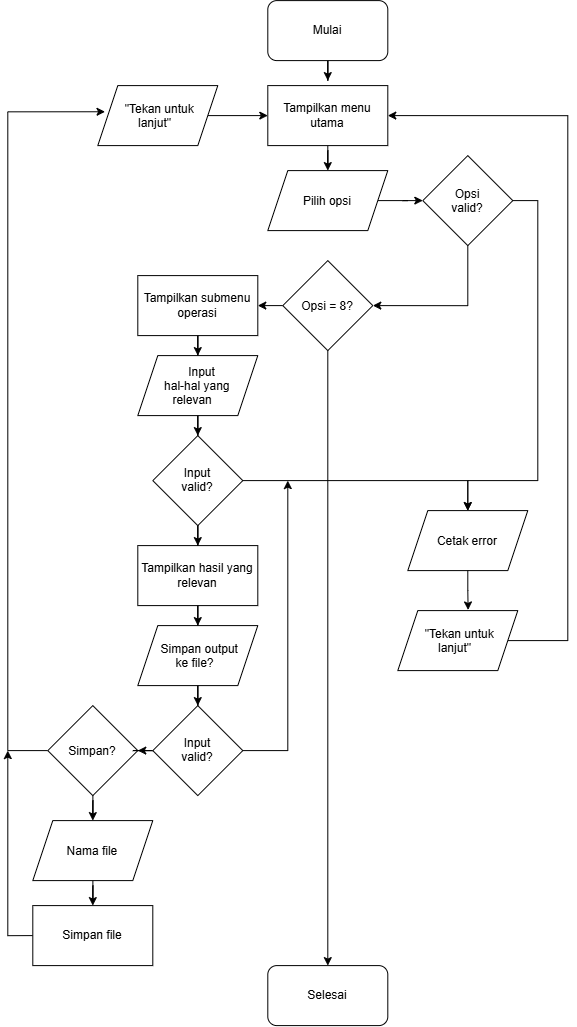
The draw.io diagram docs/assets/Alur_Pakai.png in aseyy/algeo26-tb1-04, before a commit. Source tidied: cells renumbered, new cells last; positions are measured from the earlier drawing's top-left corner, leaving out a move shared by most shapes.
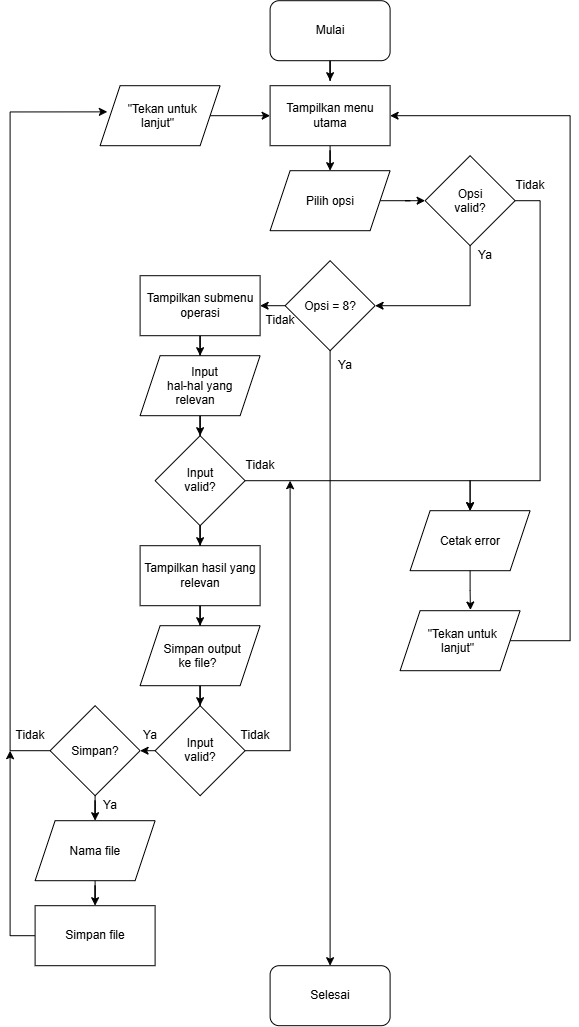
The same file after the commit.

Commit message:
docs: benerin alur

Change to the diagram source:
```diff
@@ -1,50 +1,50 @@
 <mxGraphModel>
   <root>
-    <mxCell id="0" />
-    <mxCell id="1" parent="0" />
-    <mxCell id="2" style="edgeStyle=orthogonalEdgeStyle;rounded=0;jettySize=auto;html=1;" parent="1" edge="1" source="3">
-      <mxGeometry relative="1" as="geometry">
-        <mxPoint x="320" y="80" as="targetPoint" />
-      </mxGeometry>
-    </mxCell>
+    <mxCell id="42" />
+    <mxCell id="43" parent="42" />
+    <mxCell id="44" style="edgeStyle=orthogonalEdgeStyle;rounded=0;jettySize=auto;html=1;" parent="43" edge="1" source="3">
+      <mxGeometry relative="1" as="geometry">
+        <mxPoint x="320" y="80" as="targetPoint" />
+      </mxGeometry>
+    </mxCell>
-    <mxCell id="3" value="Mulai" style="rounded=1;whiteSpace=wrap;html=1;" parent="1" vertex="1">
+    <mxCell id="3" value="Mulai" style="rounded=1;whiteSpace=wrap;html=1;" parent="43" vertex="1">
       <mxGeometry x="260" width="120" height="60" as="geometry" />
     </mxCell>
-    <mxCell id="4" style="edgeStyle=orthogonalEdgeStyle;rounded=0;jettySize=auto;html=1;exitX=1;exitY=0.5;exitDx=0;exitDy=0;entryX=0;entryY=0.5;entryDx=0;entryDy=0;" parent="1" edge="1" source="5" target="15">
+    <mxCell id="4" style="edgeStyle=orthogonalEdgeStyle;rounded=0;jettySize=auto;html=1;exitX=1;exitY=0.5;exitDx=0;exitDy=0;entryX=0;entryY=0.5;entryDx=0;entryDy=0;" parent="43" edge="1" source="5" target="15">
       <mxGeometry relative="1" as="geometry" />
     </mxCell>
-    <mxCell id="5" value="Pilih opsi&lt;div&gt;&lt;br/&gt;&lt;/div&gt;" style="shape=parallelogram;perimeter=parallelogramPerimeter;whiteSpace=wrap;html=1;shapeInside=1;fixedSize=1;" parent="1" vertex="1">
+    <mxCell id="5" value="Pilih opsi&lt;div&gt;&lt;br/&gt;&lt;/div&gt;" style="shape=parallelogram;perimeter=parallelogramPerimeter;whiteSpace=wrap;html=1;shapeInside=1;fixedSize=1;" parent="43" vertex="1">
       <mxGeometry x="260" y="170" width="120" height="60" as="geometry" />
     </mxCell>
-    <mxCell id="6" style="edgeStyle=orthogonalEdgeStyle;rounded=0;jettySize=auto;html=1;entryX=0.5;entryY=0;entryDx=0;entryDy=0;" parent="1" edge="1" source="7" target="5">
+    <mxCell id="6" style="edgeStyle=orthogonalEdgeStyle;rounded=0;jettySize=auto;html=1;entryX=0.5;entryY=0;entryDx=0;entryDy=0;" parent="43" edge="1" source="7" target="5">
       <mxGeometry relative="1" as="geometry" />
     </mxCell>
-    <mxCell id="7" value="Tampilkan menu&lt;br&gt;utama" style="rounded=0;whiteSpace=wrap;html=1;" parent="1" vertex="1">
+    <mxCell id="7" value="Tampilkan menu&lt;br&gt;utama" style="rounded=0;whiteSpace=wrap;html=1;" parent="43" vertex="1">
       <mxGeometry x="260" y="85" width="120" height="60" as="geometry" />
     </mxCell>
-    <mxCell id="8" style="edgeStyle=orthogonalEdgeStyle;rounded=0;jettySize=auto;html=1;entryX=0.5;entryY=0;entryDx=0;entryDy=0;" parent="1" edge="1" source="9" target="17">
+    <mxCell id="8" style="edgeStyle=orthogonalEdgeStyle;rounded=0;jettySize=auto;html=1;entryX=0.5;entryY=0;entryDx=0;entryDy=0;" parent="43" edge="1" source="9" target="17">
       <mxGeometry relative="1" as="geometry" />
     </mxCell>
-    <mxCell id="9" value="Tampilkan submenu&lt;br&gt;operasi" style="rounded=0;whiteSpace=wrap;html=1;" parent="1" vertex="1">
+    <mxCell id="9" value="Tampilkan submenu&lt;br&gt;operasi" style="rounded=0;whiteSpace=wrap;html=1;" parent="43" vertex="1">
       <mxGeometry x="130" y="275" width="120" height="60" as="geometry" />
     </mxCell>
-    <mxCell id="10" style="edgeStyle=orthogonalEdgeStyle;rounded=0;jettySize=auto;html=1;entryX=0.5;entryY=0;entryDx=0;entryDy=0;" parent="1" edge="1" source="12" target="35">
+    <mxCell id="10" style="edgeStyle=orthogonalEdgeStyle;rounded=0;jettySize=auto;html=1;entryX=0.5;entryY=0;entryDx=0;entryDy=0;" parent="43" edge="1" source="12" target="35">
       <mxGeometry relative="1" as="geometry" />
     </mxCell>
-    <mxCell id="11" style="edgeStyle=orthogonalEdgeStyle;rounded=0;jettySize=auto;html=1;exitX=0;exitY=0.5;exitDx=0;exitDy=0;entryX=1;entryY=0.5;entryDx=0;entryDy=0;" parent="1" edge="1" source="12" target="9">
+    <mxCell id="11" style="edgeStyle=orthogonalEdgeStyle;rounded=0;jettySize=auto;html=1;exitX=0;exitY=0.5;exitDx=0;exitDy=0;entryX=1;entryY=0.5;entryDx=0;entryDy=0;" parent="43" edge="1" source="12" target="9">
       <mxGeometry relative="1" as="geometry" />
     </mxCell>
-    <mxCell id="12" value="Opsi = 8?" style="rhombus;whiteSpace=wrap;html=1;shapeInside=1;" parent="1" vertex="1">
+    <mxCell id="12" value="Opsi = 8?" style="rhombus;whiteSpace=wrap;html=1;shapeInside=1;" parent="43" vertex="1">
       <mxGeometry x="275" y="260" width="90" height="90" as="geometry" />
     </mxCell>
-    <mxCell id="13" style="edgeStyle=orthogonalEdgeStyle;rounded=0;jettySize=auto;html=1;entryX=1;entryY=0.5;entryDx=0;entryDy=0;" parent="1" edge="1" source="15" target="12">
+    <mxCell id="13" style="edgeStyle=orthogonalEdgeStyle;rounded=0;jettySize=auto;html=1;entryX=1;entryY=0.5;entryDx=0;entryDy=0;" parent="43" edge="1" source="15" target="12">
       <mxGeometry relative="1" as="geometry">
         <Array as="points">
           <mxPoint x="460" y="305" />
         </Array>
       </mxGeometry>
     </mxCell>
-    <mxCell id="14" style="edgeStyle=orthogonalEdgeStyle;rounded=0;jettySize=auto;html=1;entryX=0.5;entryY=0;entryDx=0;entryDy=0;" parent="1" edge="1" source="15" target="40">
+    <mxCell id="14" style="edgeStyle=orthogonalEdgeStyle;rounded=0;jettySize=auto;html=1;entryX=0.5;entryY=0;entryDx=0;entryDy=0;" parent="43" edge="1" source="15" target="40">
       <mxGeometry relative="1" as="geometry">
         <Array as="points">
           <mxPoint x="530.1" y="200" />
@@ -53,86 +53,88 @@
         </Array>
       </mxGeometry>
     </mxCell>
-    <mxCell id="15" value="Opsi valid?" style="rhombus;whiteSpace=wrap;html=1;shapeInside=1;" parent="1" vertex="1">
+    <mxCell id="15" value="Opsi valid?" style="rhombus;whiteSpace=wrap;html=1;shapeInside=1;" parent="43" vertex="1">
       <mxGeometry x="415" y="155" width="90" height="90" as="geometry" />
     </mxCell>
-    <mxCell id="16" style="edgeStyle=orthogonalEdgeStyle;rounded=0;jettySize=auto;html=1;entryX=0.5;entryY=0;entryDx=0;entryDy=0;" parent="1" edge="1" source="17" target="32">
+    <mxCell id="16" style="edgeStyle=orthogonalEdgeStyle;rounded=0;jettySize=auto;html=1;entryX=0.5;entryY=0;entryDx=0;entryDy=0;" parent="43" edge="1" source="17" target="32">
       <mxGeometry relative="1" as="geometry" />
     </mxCell>
-    <mxCell id="17" value="&lt;div&gt;Input &lt;br&gt;hal-hal yang relevan&lt;/div&gt;" style="shape=parallelogram;perimeter=parallelogramPerimeter;whiteSpace=wrap;html=1;shapeInside=1;fixedSize=1;" parent="1" vertex="1">
+    <mxCell id="17" value="&lt;div&gt;Input &lt;br&gt;hal-hal yang relevan&lt;/div&gt;" style="shape=parallelogram;perimeter=parallelogramPerimeter;whiteSpace=wrap;html=1;shapeInside=1;fixedSize=1;" parent="43" vertex="1">
       <mxGeometry x="130" y="355" width="120" height="60" as="geometry" />
     </mxCell>
-    <mxCell id="18" style="edgeStyle=orthogonalEdgeStyle;rounded=0;jettySize=auto;html=1;entryX=0.5;entryY=0;entryDx=0;entryDy=0;" parent="1" edge="1" source="19" target="21">
+    <mxCell id="18" style="edgeStyle=orthogonalEdgeStyle;rounded=0;jettySize=auto;html=1;entryX=0.5;entryY=0;entryDx=0;entryDy=0;" parent="43" edge="1" source="19" target="21">
       <mxGeometry relative="1" as="geometry" />
     </mxCell>
-    <mxCell id="19" value="Tampilkan hasil yang relevan" style="rounded=0;whiteSpace=wrap;html=1;" parent="1" vertex="1">
+    <mxCell id="19" value="Tampilkan hasil yang relevan" style="rounded=0;whiteSpace=wrap;html=1;" parent="43" vertex="1">
       <mxGeometry x="130" y="545" width="120" height="60" as="geometry" />
     </mxCell>
-    <mxCell id="20" style="edgeStyle=orthogonalEdgeStyle;rounded=0;jettySize=auto;html=1;entryX=0.5;entryY=0;entryDx=0;entryDy=0;" parent="1" edge="1" source="21" target="29">
+    <mxCell id="20" style="edgeStyle=orthogonalEdgeStyle;rounded=0;jettySize=auto;html=1;entryX=0.5;entryY=0;entryDx=0;entryDy=0;" parent="43" edge="1" source="21" target="29">
       <mxGeometry relative="1" as="geometry" />
     </mxCell>
-    <mxCell id="21" value="Simpan output ke file?" style="shape=parallelogram;perimeter=parallelogramPerimeter;whiteSpace=wrap;html=1;shapeInside=1;fixedSize=1;" parent="1" vertex="1">
+    <mxCell id="21" value="Simpan output ke file?" style="shape=parallelogram;perimeter=parallelogramPerimeter;whiteSpace=wrap;html=1;shapeInside=1;fixedSize=1;" parent="43" vertex="1">
       <mxGeometry x="130" y="625" width="120" height="60" as="geometry" />
     </mxCell>
-    <mxCell id="22" style="edgeStyle=orthogonalEdgeStyle;rounded=0;jettySize=auto;html=1;entryX=0.5;entryY=0;entryDx=0;entryDy=0;" parent="1" edge="1" source="24" target="26">
+    <mxCell id="22" style="edgeStyle=orthogonalEdgeStyle;rounded=0;jettySize=auto;html=1;entryX=0.5;entryY=0;entryDx=0;entryDy=0;" parent="43" edge="1" source="24" target="26">
       <mxGeometry relative="1" as="geometry" />
     </mxCell>
-    <mxCell id="23" style="edgeStyle=orthogonalEdgeStyle;rounded=0;jettySize=auto;html=1;entryX=0.077;entryY=0.436;entryDx=0;entryDy=0;entryPerimeter=0;exitX=0;exitY=0.5;exitDx=0;exitDy=0;" parent="1" edge="1" source="24">
-      <mxGeometry relative="1" as="geometry">
-        <mxPoint x="97.2" y="111.2" as="targetPoint" />
-        <Array as="points">
-          <mxPoint y="750" />
-          <mxPoint y="111.2" />
-        </Array>
-      </mxGeometry>
-    </mxCell>
+    <mxCell id="45" style="edgeStyle=orthogonalEdgeStyle;rounded=0;jettySize=auto;html=1;entryX=0.077;entryY=0.436;entryDx=0;entryDy=0;entryPerimeter=0;exitX=0;exitY=0.5;exitDx=0;exitDy=0;" parent="43" edge="1" source="24">
+      <mxGeometry relative="1" as="geometry">
+        <mxPoint x="97.2" y="111.2" as="targetPoint" />
+        <Array as="points">
+          <mxPoint y="750" />
+          <mxPoint y="111.2" />
+        </Array>
+      </mxGeometry>
+    </mxCell>
-    <mxCell id="24" value="Simpan?" style="rhombus;whiteSpace=wrap;html=1;shapeInside=1;" parent="1" vertex="1">
+    <mxCell id="24" value="Simpan?" style="rhombus;whiteSpace=wrap;html=1;shapeInside=1;" parent="43" vertex="1">
       <mxGeometry x="40" y="705" width="90" height="90" as="geometry" />
     </mxCell>
-    <mxCell id="25" style="edgeStyle=orthogonalEdgeStyle;rounded=0;jettySize=auto;html=1;entryX=0.5;entryY=0;entryDx=0;entryDy=0;" parent="1" edge="1" source="26" target="34">
+    <mxCell id="25" style="edgeStyle=orthogonalEdgeStyle;rounded=0;jettySize=auto;html=1;entryX=0.5;entryY=0;entryDx=0;entryDy=0;" parent="43" edge="1" source="26" target="34">
       <mxGeometry relative="1" as="geometry" />
     </mxCell>
-    <mxCell id="26" value="Nama file" style="shape=parallelogram;perimeter=parallelogramPerimeter;whiteSpace=wrap;html=1;shapeInside=1;fixedSize=1;" parent="1" vertex="1">
+    <mxCell id="26" value="Nama file" style="shape=parallelogram;perimeter=parallelogramPerimeter;whiteSpace=wrap;html=1;shapeInside=1;fixedSize=1;" parent="43" vertex="1">
       <mxGeometry x="25" y="820" width="120" height="60" as="geometry" />
     </mxCell>
-    <mxCell id="27" style="edgeStyle=orthogonalEdgeStyle;rounded=0;jettySize=auto;html=1;exitX=1;exitY=0.5;exitDx=0;exitDy=0;" parent="1" edge="1" source="29">
-      <mxGeometry relative="1" as="geometry">
-        <mxPoint x="280" y="480" as="targetPoint" />
-      </mxGeometry>
-    </mxCell>
-    <mxCell id="28" style="edgeStyle=orthogonalEdgeStyle;rounded=0;jettySize=auto;html=1;entryX=1;entryY=0.5;entryDx=0;entryDy=0;" parent="1" edge="1" source="29" target="24">
-      <mxGeometry relative="1" as="geometry" />
-    </mxCell>
+    <mxCell id="46" style="edgeStyle=orthogonalEdgeStyle;rounded=0;jettySize=auto;html=1;exitX=1;exitY=0.5;exitDx=0;exitDy=0;" parent="43" edge="1" source="29">
+      <mxGeometry relative="1" as="geometry">
+        <mxPoint x="280" y="480" as="targetPoint" />
+      </mxGeometry>
+    </mxCell>
+    <mxCell id="47" style="edgeStyle=orthogonalEdgeStyle;rounded=0;jettySize=auto;html=1;exitX=0;exitY=0.5;exitDx=0;exitDy=0;" parent="43" edge="1" source="29">
+      <mxGeometry relative="1" as="geometry">
+        <mxPoint x="130" y="749.9" as="targetPoint" />
+      </mxGeometry>
+    </mxCell>
-    <mxCell id="29" value="Input valid?" style="rhombus;whiteSpace=wrap;html=1;shapeInside=1;" parent="1" vertex="1">
+    <mxCell id="29" value="Input valid?" style="rhombus;whiteSpace=wrap;html=1;shapeInside=1;" parent="43" vertex="1">
       <mxGeometry x="145" y="705" width="90" height="90" as="geometry" />
     </mxCell>
-    <mxCell id="30" style="edgeStyle=orthogonalEdgeStyle;rounded=0;jettySize=auto;html=1;entryX=0.5;entryY=0;entryDx=0;entryDy=0;" parent="1" edge="1" source="32" target="19">
+    <mxCell id="30" style="edgeStyle=orthogonalEdgeStyle;rounded=0;jettySize=auto;html=1;entryX=0.5;entryY=0;entryDx=0;entryDy=0;" parent="43" edge="1" source="32" target="19">
       <mxGeometry relative="1" as="geometry" />
     </mxCell>
-    <mxCell id="31" style="edgeStyle=orthogonalEdgeStyle;rounded=0;jettySize=auto;html=1;exitX=1;exitY=0.5;exitDx=0;exitDy=0;entryX=0.5;entryY=0;entryDx=0;entryDy=0;" parent="1" edge="1" source="32" target="40">
+    <mxCell id="31" style="edgeStyle=orthogonalEdgeStyle;rounded=0;jettySize=auto;html=1;exitX=1;exitY=0.5;exitDx=0;exitDy=0;entryX=0.5;entryY=0;entryDx=0;entryDy=0;" parent="43" edge="1" source="32" target="40">
       <mxGeometry relative="1" as="geometry" />
     </mxCell>
-    <mxCell id="32" value="Input valid?" style="rhombus;whiteSpace=wrap;html=1;shapeInside=1;" parent="1" vertex="1">
+    <mxCell id="32" value="Input valid?" style="rhombus;whiteSpace=wrap;html=1;shapeInside=1;" parent="43" vertex="1">
       <mxGeometry x="145" y="435" width="90" height="90" as="geometry" />
     </mxCell>
-    <mxCell id="33" style="edgeStyle=orthogonalEdgeStyle;rounded=0;jettySize=auto;html=1;exitX=0;exitY=0.5;exitDx=0;exitDy=0;" parent="1" edge="1" source="34">
-      <mxGeometry relative="1" as="geometry">
-        <mxPoint y="750" as="targetPoint" />
-      </mxGeometry>
-    </mxCell>
+    <mxCell id="48" style="edgeStyle=orthogonalEdgeStyle;rounded=0;jettySize=auto;html=1;exitX=0;exitY=0.5;exitDx=0;exitDy=0;" parent="43" edge="1" source="34">
+      <mxGeometry relative="1" as="geometry">
+        <mxPoint y="750" as="targetPoint" />
+      </mxGeometry>
+    </mxCell>
-    <mxCell id="34" value="Simpan file" style="rounded=0;whiteSpace=wrap;html=1;" parent="1" vertex="1">
+    <mxCell id="34" value="Simpan file" style="rounded=0;whiteSpace=wrap;html=1;" parent="43" vertex="1">
       <mxGeometry x="25" y="905" width="120" height="60" as="geometry" />
     </mxCell>
-    <mxCell id="35" value="Selesai" style="rounded=1;whiteSpace=wrap;html=1;" parent="1" vertex="1">
+    <mxCell id="35" value="Selesai" style="rounded=1;whiteSpace=wrap;html=1;" parent="43" vertex="1">
       <mxGeometry x="260" y="965" width="120" height="60" as="geometry" />
     </mxCell>
-    <mxCell id="36" style="edgeStyle=orthogonalEdgeStyle;rounded=0;jettySize=auto;html=1;entryX=0;entryY=0.5;entryDx=0;entryDy=0;" parent="1" edge="1" source="37" target="7">
+    <mxCell id="36" style="edgeStyle=orthogonalEdgeStyle;rounded=0;jettySize=auto;html=1;entryX=0;entryY=0.5;entryDx=0;entryDy=0;" parent="43" edge="1" source="37" target="7">
       <mxGeometry relative="1" as="geometry" />
     </mxCell>
-    <mxCell id="37" value="&quot;Tekan untuk lanjut&quot;" style="shape=parallelogram;perimeter=parallelogramPerimeter;whiteSpace=wrap;html=1;shapeInside=1;fixedSize=1;" parent="1" vertex="1">
+    <mxCell id="37" value="&quot;Tekan untuk lanjut&quot;" style="shape=parallelogram;perimeter=parallelogramPerimeter;whiteSpace=wrap;html=1;shapeInside=1;fixedSize=1;" parent="43" vertex="1">
       <mxGeometry x="90" y="85" width="120" height="60" as="geometry" />
     </mxCell>
-    <mxCell id="38" style="edgeStyle=orthogonalEdgeStyle;rounded=0;jettySize=auto;html=1;entryX=1;entryY=0.5;entryDx=0;entryDy=0;" parent="1" edge="1" source="39" target="7">
+    <mxCell id="38" style="edgeStyle=orthogonalEdgeStyle;rounded=0;jettySize=auto;html=1;entryX=1;entryY=0.5;entryDx=0;entryDy=0;" parent="43" edge="1" source="39" target="7">
       <mxGeometry relative="1" as="geometry">
         <Array as="points">
           <mxPoint x="560" y="640" />
@@ -140,14 +142,41 @@
         </Array>
       </mxGeometry>
     </mxCell>
-    <mxCell id="39" value="&quot;Tekan untuk lanjut&quot;" style="shape=parallelogram;perimeter=parallelogramPerimeter;whiteSpace=wrap;html=1;shapeInside=1;fixedSize=1;" parent="1" vertex="1">
+    <mxCell id="39" value="&quot;Tekan untuk lanjut&quot;" style="shape=parallelogram;perimeter=parallelogramPerimeter;whiteSpace=wrap;html=1;shapeInside=1;fixedSize=1;" parent="43" vertex="1">
       <mxGeometry x="390" y="610" width="120" height="60" as="geometry" />
     </mxCell>
-    <mxCell id="40" value="Cetak error" style="shape=parallelogram;perimeter=parallelogramPerimeter;whiteSpace=wrap;html=1;shapeInside=1;fixedSize=1;" parent="1" vertex="1">
+    <mxCell id="40" value="Cetak error" style="shape=parallelogram;perimeter=parallelogramPerimeter;whiteSpace=wrap;html=1;shapeInside=1;fixedSize=1;" parent="43" vertex="1">
       <mxGeometry x="400" y="510" width="120" height="60" as="geometry" />
     </mxCell>
-    <mxCell id="41" style="edgeStyle=orthogonalEdgeStyle;rounded=0;jettySize=auto;html=1;entryX=0.586;entryY=-0.011;entryDx=0;entryDy=0;entryPerimeter=0;" parent="1" edge="1" source="40" target="39">
+    <mxCell id="41" style="edgeStyle=orthogonalEdgeStyle;rounded=0;jettySize=auto;html=1;entryX=0.586;entryY=-0.011;entryDx=0;entryDy=0;entryPerimeter=0;" parent="43" edge="1" source="40" target="39">
       <mxGeometry relative="1" as="geometry" />
     </mxCell>
+    <mxCell id="49" value="Tidak" style="text;html=1;whiteSpace=wrap;strokeColor=none;fillColor=none;align=center;verticalAlign=middle;rounded=0;" parent="43" vertex="1">
+      <mxGeometry x="490" y="170" width="60" height="30" as="geometry" />
+    </mxCell>
+    <mxCell id="50" value="Tidak" style="text;html=1;whiteSpace=wrap;strokeColor=none;fillColor=none;align=center;verticalAlign=middle;rounded=0;" parent="43" vertex="1">
+      <mxGeometry x="240" y="305" width="60" height="30" as="geometry" />
+    </mxCell>
+    <mxCell id="51" value="Tidak" style="text;html=1;whiteSpace=wrap;strokeColor=none;fillColor=none;align=center;verticalAlign=middle;rounded=0;" parent="43" vertex="1">
+      <mxGeometry x="220" y="450" width="60" height="30" as="geometry" />
+    </mxCell>
+    <mxCell id="52" value="Tidak" style="text;html=1;whiteSpace=wrap;strokeColor=none;fillColor=none;align=center;verticalAlign=middle;rounded=0;" parent="43" vertex="1">
+      <mxGeometry x="215" y="720" width="60" height="30" as="geometry" />
+    </mxCell>
+    <mxCell id="53" value="Ya" style="text;html=1;whiteSpace=wrap;strokeColor=none;fillColor=none;align=center;verticalAlign=middle;rounded=0;" parent="43" vertex="1">
+      <mxGeometry x="445" y="240" width="60" height="30" as="geometry" />
+    </mxCell>
+    <mxCell id="54" value="Ya" style="text;html=1;whiteSpace=wrap;strokeColor=none;fillColor=none;align=center;verticalAlign=middle;rounded=0;" parent="43" vertex="1">
+      <mxGeometry x="305" y="350" width="60" height="30" as="geometry" />
+    </mxCell>
+    <mxCell id="55" value="Ya" style="text;html=1;whiteSpace=wrap;strokeColor=none;fillColor=none;align=center;verticalAlign=middle;rounded=0;" parent="43" vertex="1">
+      <mxGeometry x="110" y="720" width="60" height="30" as="geometry" />
+    </mxCell>
+    <mxCell id="56" value="Ya" style="text;html=1;whiteSpace=wrap;strokeColor=none;fillColor=none;align=center;verticalAlign=middle;rounded=0;" parent="43" vertex="1">
+      <mxGeometry x="70" y="790" width="60" height="30" as="geometry" />
+    </mxCell>
+    <mxCell id="57" value="Tidak" style="text;html=1;whiteSpace=wrap;strokeColor=none;fillColor=none;align=center;verticalAlign=middle;rounded=0;" parent="43" vertex="1">
+      <mxGeometry x="-10" y="720" width="60" height="30" as="geometry" />
+    </mxCell>
   </root>
 </mxGraphModel>
```
